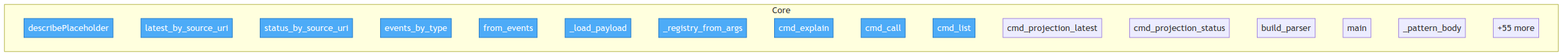
tellmesh/uricore keeps this Mermaid diagram as project/flow.png. Above is the earlier version. Its source is kept beside it as project/flow.mmd.
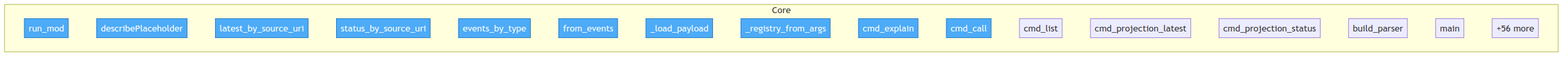
Later version of the same file.

What changed in the source:
```diff
@@ -3,6 +3,7 @@
     classDef entry fill:#4dabf7,stroke:#1971c2,color:#fff
 
     subgraph Core
+        project__run_mod["run_mod"]
         core__php__UriControl__src__UriControl__UriControl__UriControl__describePlaceholder["describePlaceholder"]
         core__python__uri_control__projection__ProjectionBuilder__latest_by_source_uri["latest_by_source_uri"]
         core__python__uri_control__projection__ProjectionBuilder__status_by_source_uri["status_by_source_uri"]
@@ -17,8 +18,7 @@
         core__python__uri_control__cli__cmd_projection_status["cmd_projection_status"]
         core__python__uri_control__cli__build_parser["build_parser"]
         core__python__uri_control__cli__main["main"]
-        core__python__uri_control__registry___pattern_body["_pattern_body"]
-        ...["+55 more"]
+        ...["+56 more"]
     end
 
-    class core__php__UriControl__src__UriControl__UriControl__UriControl__describePlaceholder,core__python__uri_control__projection__ProjectionBuilder__latest_by_source_uri,core__python__uri_control__projection__ProjectionBuilder__status_by_source_uri,core__python__uri_control__projection__ProjectionBuilder__events_by_type,core__python__uri_control__projection__ProjectionBuilder__from_events,core__python__uri_control__cli___load_payload,core__python__uri_control__cli___registry_from_args,core__python__uri_control__cli__cmd_explain,core__python__uri_control__cli__cmd_call,core__python__uri_control__cli__cmd_list entry
+    class project__run_mod,core__php__UriControl__src__UriControl__UriControl__UriControl__describePlaceholder,core__python__uri_control__projection__ProjectionBuilder__latest_by_source_uri,core__python__uri_control__projection__ProjectionBuilder__status_by_source_uri,core__python__uri_control__projection__ProjectionBuilder__events_by_type,core__python__uri_control__projection__ProjectionBuilder__from_events,core__python__uri_control__cli___load_payload,core__python__uri_control__cli___registry_from_args,core__python__uri_control__cli__cmd_explain,core__python__uri_control__cli__cmd_call entry
```
